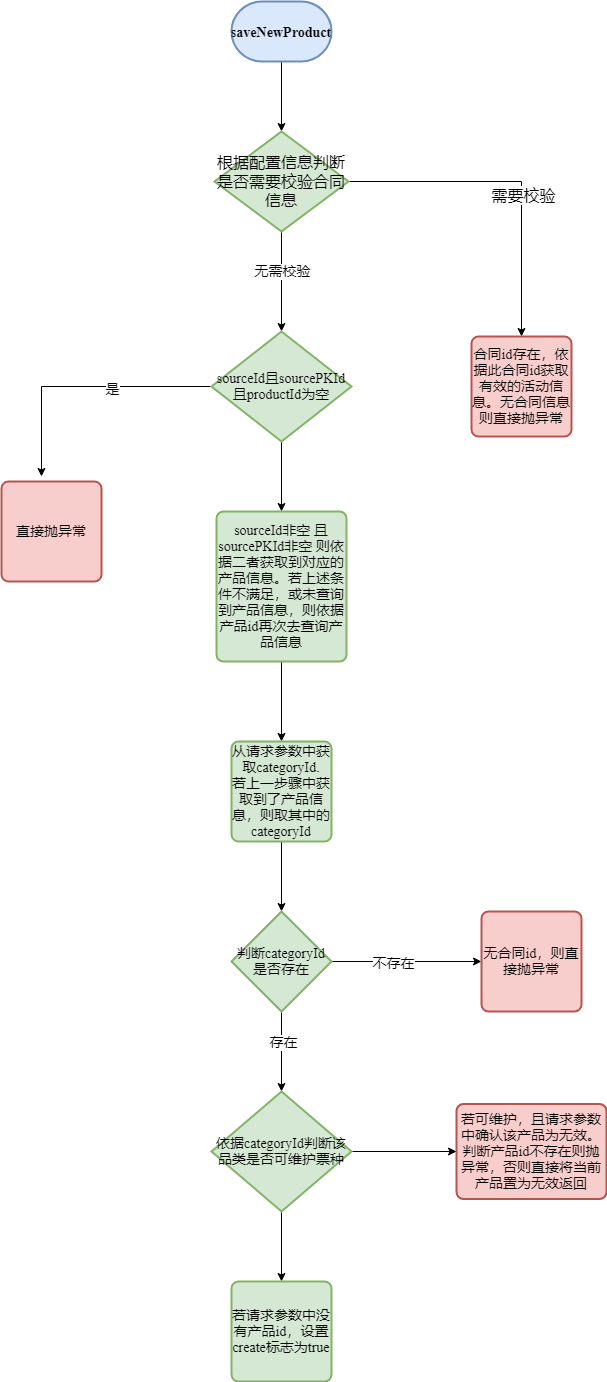
Above: dockSaveProudct.png in LFlongfei/draw (draw.io), before the change. Source tidied: cells renumbered, new cells last; positions are measured from the earlier drawing's top-left corner, leaving out a move shared by most shapes. Its diagram source:
```xml
<mxGraphModel>
  <root>
    <mxCell id="0" />
    <mxCell id="1" parent="0" />
    <mxCell id="2" style="edgeStyle=orthogonalEdgeStyle;rounded=0;jettySize=auto;html=1;entryX=0.5;entryY=0;entryDx=0;entryDy=0;entryPerimeter=0;" parent="1" edge="1" source="3" target="8">
      <mxGeometry relative="1" as="geometry" />
    </mxCell>
    <mxCell id="3" value="&lt;h3&gt;&lt;font face=&quot;Times New Roman&quot;&gt;saveNewProduct&lt;/font&gt;&lt;/h3&gt;" style="strokeWidth=2;html=1;shape=mxgraph.flowchart.terminator;whiteSpace=wrap;fillColor=#dae8fc;strokeColor=#6c8ebf;" parent="1" vertex="1">
      <mxGeometry x="230" width="100" height="60" as="geometry" />
    </mxCell>
    <mxCell id="4" style="edgeStyle=orthogonalEdgeStyle;rounded=0;jettySize=auto;html=1;entryX=0.5;entryY=0;entryDx=0;entryDy=0;" parent="1" edge="1" source="8" target="9">
      <mxGeometry relative="1" as="geometry" />
    </mxCell>
    <mxCell id="5" value="需要校验" style="edgeLabel;html=1;align=center;verticalAlign=middle;fontFamily=Times New Roman;horizontal=1;fontSize=16;" parent="4" vertex="1">
      <mxGeometry x="0.14" y="1" relative="1" as="geometry" />
    </mxCell>
    <mxCell id="6" style="edgeStyle=orthogonalEdgeStyle;rounded=0;jettySize=auto;html=1;exitX=0.5;exitY=1;exitDx=0;exitDy=0;exitPerimeter=0;entryX=0.5;entryY=0;entryDx=0;entryDy=0;entryPerimeter=0;fontFamily=Times New Roman;fontSize=14;" parent="1" edge="1" source="8" target="14">
      <mxGeometry relative="1" as="geometry" />
    </mxCell>
    <mxCell id="7" value="无需校验" style="edgeLabel;html=1;align=center;verticalAlign=middle;fontSize=14;fontFamily=Times New Roman;" parent="6" vertex="1">
      <mxGeometry x="-0.22" relative="1" as="geometry" />
    </mxCell>
    <mxCell id="8" value="&lt;font style=&quot;font-size: 16px&quot;&gt;根据配置信息判断是否需要校验合同信息&lt;/font&gt;" style="strokeWidth=2;html=1;shape=mxgraph.flowchart.decision;whiteSpace=wrap;fillColor=#d5e8d4;strokeColor=#82b366;" parent="1" vertex="1">
      <mxGeometry x="213" y="130" width="134" height="100" as="geometry" />
    </mxCell>
    <mxCell id="9" value="&lt;font face=&quot;Times New Roman&quot; style=&quot;font-size: 14px&quot;&gt;合同id存在，依据此合同id获取有效的活动信息。无合同信息则直接抛异常&lt;/font&gt;" style="rounded=1;whiteSpace=wrap;html=1;absoluteArcSize=1;arcSize=14;strokeWidth=2;fillColor=#f8cecc;strokeColor=#b85450;" parent="1" vertex="1">
      <mxGeometry x="470" y="335" width="100" height="100" as="geometry" />
    </mxCell>
    <mxCell id="10" value="直接抛异常" style="rounded=1;whiteSpace=wrap;html=1;absoluteArcSize=1;arcSize=14;strokeWidth=2;fontFamily=Times New Roman;fontSize=14;fillColor=#f8cecc;strokeColor=#b85450;" parent="1" vertex="1">
      <mxGeometry y="480" width="100" height="100" as="geometry" />
    </mxCell>
    <mxCell id="11" style="edgeStyle=orthogonalEdgeStyle;rounded=0;jettySize=auto;html=1;exitX=0;exitY=0.5;exitDx=0;exitDy=0;exitPerimeter=0;fontFamily=Times New Roman;fontSize=14;entryX=0.4;entryY=-0.05;entryDx=0;entryDy=0;entryPerimeter=0;" parent="1" edge="1" source="14" target="10">
      <mxGeometry relative="1" as="geometry">
        <Array as="points">
          <mxPoint x="40" y="385" />
        </Array>
      </mxGeometry>
    </mxCell>
    <mxCell id="12" value="是" style="edgeLabel;html=1;align=center;verticalAlign=middle;fontSize=14;fontFamily=Times New Roman;" parent="11" vertex="1">
      <mxGeometry x="-0.23" y="2" relative="1" as="geometry" />
    </mxCell>
    <mxCell id="13" style="edgeStyle=orthogonalEdgeStyle;rounded=0;jettySize=auto;html=1;fontFamily=Times New Roman;fontSize=14;entryX=0.5;entryY=0;entryDx=0;entryDy=0;" parent="1" edge="1" source="14" target="16">
      <mxGeometry relative="1" as="geometry" />
    </mxCell>
    <mxCell id="14" value="&lt;span&gt;sourceId且sourcePKId且productId为空&lt;/span&gt;" style="strokeWidth=2;html=1;shape=mxgraph.flowchart.decision;whiteSpace=wrap;fontFamily=Times New Roman;fontSize=14;fillColor=#d5e8d4;strokeColor=#82b366;" parent="1" vertex="1">
      <mxGeometry x="210" y="330" width="140" height="110" as="geometry" />
    </mxCell>
    <mxCell id="15" style="edgeStyle=orthogonalEdgeStyle;rounded=0;jettySize=auto;html=1;exitX=0.5;exitY=1;exitDx=0;exitDy=0;entryX=0.5;entryY=0;entryDx=0;entryDy=0;fontFamily=Times New Roman;fontSize=14;" parent="1" edge="1" source="16" target="18">
      <mxGeometry relative="1" as="geometry" />
    </mxCell>
    <mxCell id="16" value="&lt;span&gt;sourceId非空 且sourcePKId非空 则依据二者获取到对应的产品信息。若上述条件不满足，或未查询到产品信息，则依据产品id再次去查询产品信息&lt;/span&gt;" style="rounded=1;whiteSpace=wrap;html=1;absoluteArcSize=1;arcSize=14;strokeWidth=2;fontFamily=Times New Roman;fontSize=14;fillColor=#d5e8d4;strokeColor=#82b366;" parent="1" vertex="1">
      <mxGeometry x="215" y="510" width="130" height="150" as="geometry" />
    </mxCell>
    <mxCell id="17" style="edgeStyle=orthogonalEdgeStyle;rounded=0;jettySize=auto;html=1;exitX=0.5;exitY=1;exitDx=0;exitDy=0;entryX=0.5;entryY=0;entryDx=0;entryDy=0;entryPerimeter=0;fontFamily=Times New Roman;fontSize=14;" parent="1" edge="1" source="18" target="23">
      <mxGeometry relative="1" as="geometry" />
    </mxCell>
    <mxCell id="18" value="从请求参数中获取categoryId.&lt;br&gt;若上一步骤中获取到了产品信息，则取其中的categoryId" style="rounded=1;whiteSpace=wrap;html=1;absoluteArcSize=1;arcSize=14;strokeWidth=2;fontFamily=Times New Roman;fontSize=14;fillColor=#d5e8d4;strokeColor=#82b366;" parent="1" vertex="1">
      <mxGeometry x="230" y="740" width="100" height="100" as="geometry" />
    </mxCell>
    <mxCell id="19" style="edgeStyle=orthogonalEdgeStyle;rounded=0;jettySize=auto;html=1;fontFamily=Times New Roman;fontSize=14;" parent="1" edge="1" source="23" target="24">
      <mxGeometry relative="1" as="geometry" />
    </mxCell>
    <mxCell id="20" value="不存在" style="edgeLabel;html=1;align=center;verticalAlign=middle;fontSize=14;fontFamily=Times New Roman;" parent="19" vertex="1">
      <mxGeometry x="-0.19" y="-1" relative="1" as="geometry" />
    </mxCell>
    <mxCell id="21" style="edgeStyle=orthogonalEdgeStyle;rounded=0;jettySize=auto;html=1;fontFamily=Times New Roman;fontSize=14;" parent="1" edge="1" source="23" target="28">
      <mxGeometry relative="1" as="geometry" />
    </mxCell>
    <mxCell id="22" value="存在" style="edgeLabel;html=1;align=center;verticalAlign=middle;fontSize=14;fontFamily=Times New Roman;" parent="21" vertex="1">
      <mxGeometry x="-0.25" y="1" relative="1" as="geometry" />
    </mxCell>
    <mxCell id="23" value="判断categoryId是否存在" style="strokeWidth=2;html=1;shape=mxgraph.flowchart.decision;whiteSpace=wrap;fontFamily=Times New Roman;fontSize=14;fillColor=#d5e8d4;strokeColor=#82b366;" parent="1" vertex="1">
      <mxGeometry x="230" y="910" width="100" height="100" as="geometry" />
    </mxCell>
    <mxCell id="24" value="无合同id，则直接抛异常" style="rounded=1;whiteSpace=wrap;html=1;absoluteArcSize=1;arcSize=14;strokeWidth=2;fontFamily=Times New Roman;fontSize=14;fillColor=#f8cecc;strokeColor=#b85450;" parent="1" vertex="1">
      <mxGeometry x="480" y="910" width="100" height="100" as="geometry" />
    </mxCell>
    <mxCell id="25" value="若可维护，且请求参数中确认该产品为无效。判断产品id不存在则抛异常，否则直接将当前产品置为无效返回" style="rounded=1;whiteSpace=wrap;html=1;absoluteArcSize=1;arcSize=14;strokeWidth=2;fontFamily=Times New Roman;fontSize=14;fillColor=#f8cecc;strokeColor=#b85450;" parent="1" vertex="1">
      <mxGeometry x="455" y="1102.5" width="150" height="95" as="geometry" />
    </mxCell>
    <mxCell id="26" style="edgeStyle=orthogonalEdgeStyle;rounded=0;jettySize=auto;html=1;entryX=0;entryY=0.5;entryDx=0;entryDy=0;fontFamily=Times New Roman;fontSize=14;" parent="1" edge="1" source="28" target="25">
      <mxGeometry relative="1" as="geometry" />
    </mxCell>
    <mxCell id="27" style="edgeStyle=orthogonalEdgeStyle;rounded=0;jettySize=auto;html=1;fontFamily=Times New Roman;fontSize=14;" parent="1" edge="1" source="28" target="29">
      <mxGeometry relative="1" as="geometry" />
    </mxCell>
    <mxCell id="28" value="依据categoryId判断该品类是否可维护票种" style="strokeWidth=2;html=1;shape=mxgraph.flowchart.decision;whiteSpace=wrap;fontFamily=Times New Roman;fontSize=14;fillColor=#d5e8d4;strokeColor=#82b366;" parent="1" vertex="1">
      <mxGeometry x="210" y="1090" width="140" height="120" as="geometry" />
    </mxCell>
    <mxCell id="29" value="若请求参数中没有产品id，设置create标志为true" style="rounded=1;whiteSpace=wrap;html=1;absoluteArcSize=1;arcSize=14;strokeWidth=2;fontFamily=Times New Roman;fontSize=14;fillColor=#d5e8d4;strokeColor=#82b366;" parent="1" vertex="1">
      <mxGeometry x="230" y="1280" width="100" height="100" as="geometry" />
    </mxCell>
  </root>
</mxGraphModel>
```
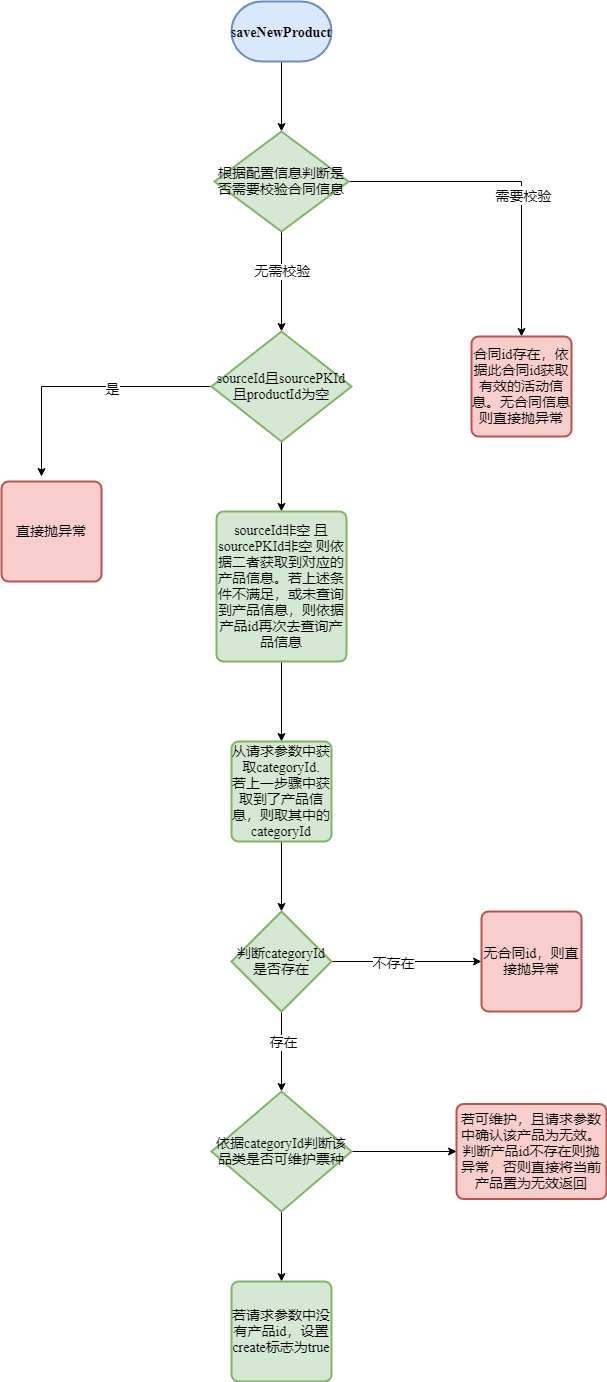
The same file after the commit.

What changed in the source:
```diff
@@ -11,7 +11,7 @@
     <mxCell id="4" style="edgeStyle=orthogonalEdgeStyle;rounded=0;jettySize=auto;html=1;entryX=0.5;entryY=0;entryDx=0;entryDy=0;" parent="1" edge="1" source="8" target="9">
       <mxGeometry relative="1" as="geometry" />
     </mxCell>
-    <mxCell id="5" value="需要校验" style="edgeLabel;html=1;align=center;verticalAlign=middle;fontFamily=Times New Roman;horizontal=1;fontSize=16;" parent="4" vertex="1">
+    <mxCell id="5" value="&lt;font style=&quot;font-size: 14px&quot;&gt;需要校验&lt;/font&gt;" style="edgeLabel;html=1;align=center;verticalAlign=middle;fontFamily=Times New Roman;horizontal=1;fontSize=16;" parent="4" vertex="1">
       <mxGeometry x="0.14" y="1" relative="1" as="geometry" />
     </mxCell>
     <mxCell id="6" style="edgeStyle=orthogonalEdgeStyle;rounded=0;jettySize=auto;html=1;exitX=0.5;exitY=1;exitDx=0;exitDy=0;exitPerimeter=0;entryX=0.5;entryY=0;entryDx=0;entryDy=0;entryPerimeter=0;fontFamily=Times New Roman;fontSize=14;" parent="1" edge="1" source="8" target="14">
@@ -20,7 +20,7 @@
     <mxCell id="7" value="无需校验" style="edgeLabel;html=1;align=center;verticalAlign=middle;fontSize=14;fontFamily=Times New Roman;" parent="6" vertex="1">
       <mxGeometry x="-0.22" relative="1" as="geometry" />
     </mxCell>
-    <mxCell id="8" value="&lt;font style=&quot;font-size: 16px&quot;&gt;根据配置信息判断是否需要校验合同信息&lt;/font&gt;" style="strokeWidth=2;html=1;shape=mxgraph.flowchart.decision;whiteSpace=wrap;fillColor=#d5e8d4;strokeColor=#82b366;" parent="1" vertex="1">
+    <mxCell id="8" value="&lt;font style=&quot;font-size: 14px&quot; face=&quot;Times New Roman&quot;&gt;根据配置信息判断是否需要校验合同信息&lt;/font&gt;" style="strokeWidth=2;html=1;shape=mxgraph.flowchart.decision;whiteSpace=wrap;fillColor=#d5e8d4;strokeColor=#82b366;" parent="1" vertex="1">
       <mxGeometry x="213" y="130" width="134" height="100" as="geometry" />
     </mxCell>
     <mxCell id="9" value="&lt;font face=&quot;Times New Roman&quot; style=&quot;font-size: 14px&quot;&gt;合同id存在，依据此合同id获取有效的活动信息。无合同信息则直接抛异常&lt;/font&gt;" style="rounded=1;whiteSpace=wrap;html=1;absoluteArcSize=1;arcSize=14;strokeWidth=2;fillColor=#f8cecc;strokeColor=#b85450;" parent="1" vertex="1">
```
